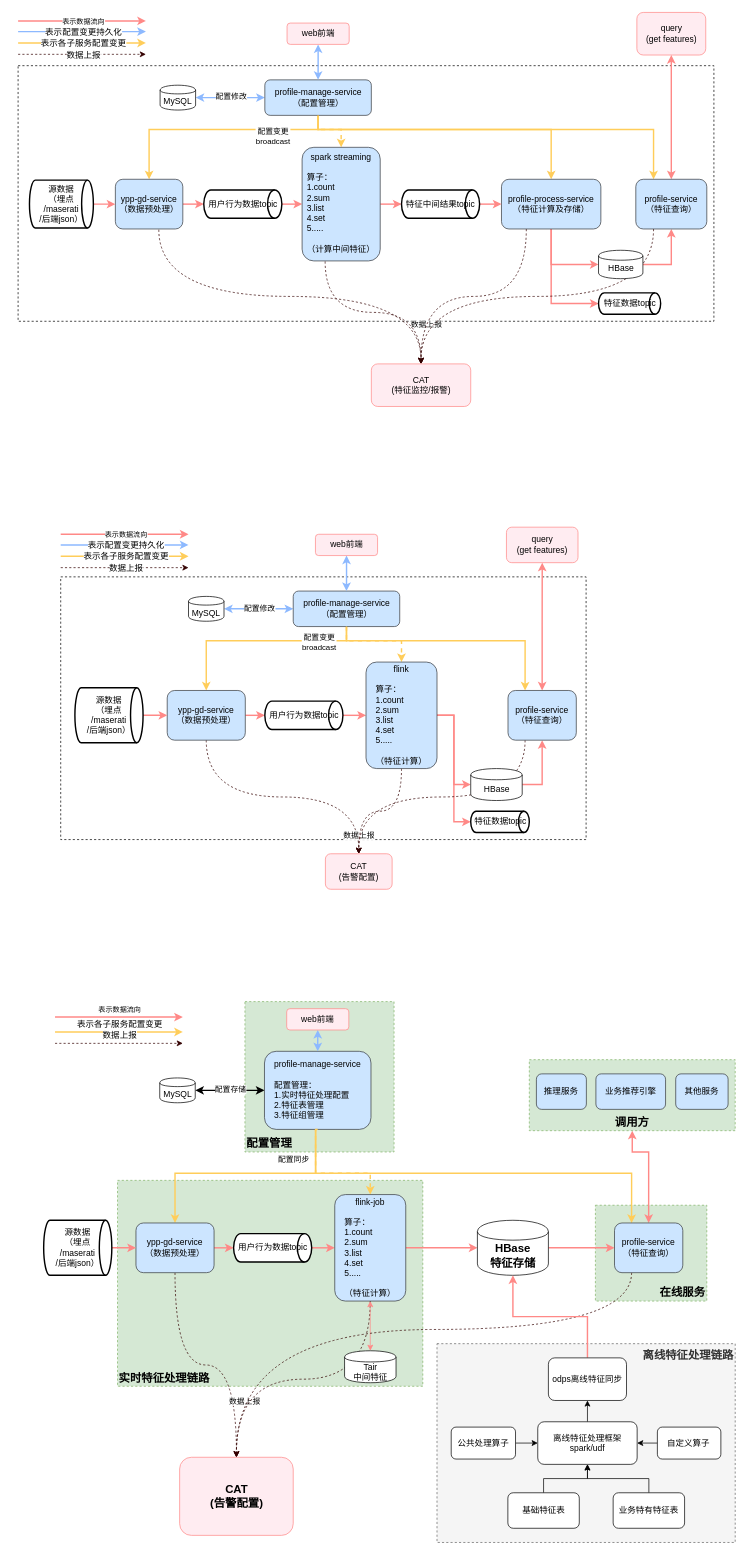
qingchao-kong/draw.io keeps this draw.io diagram as 运行架构图.drawio. Above is the earlier version. Source tidied: cells renumbered, new cells numbered last; positions are measured from the earlier drawing's top-left corner, leaving out a move shared by most shapes. Both pictures are drawn from the tidied source at 71%, with x=0, y=0 at pixel (18, 12).
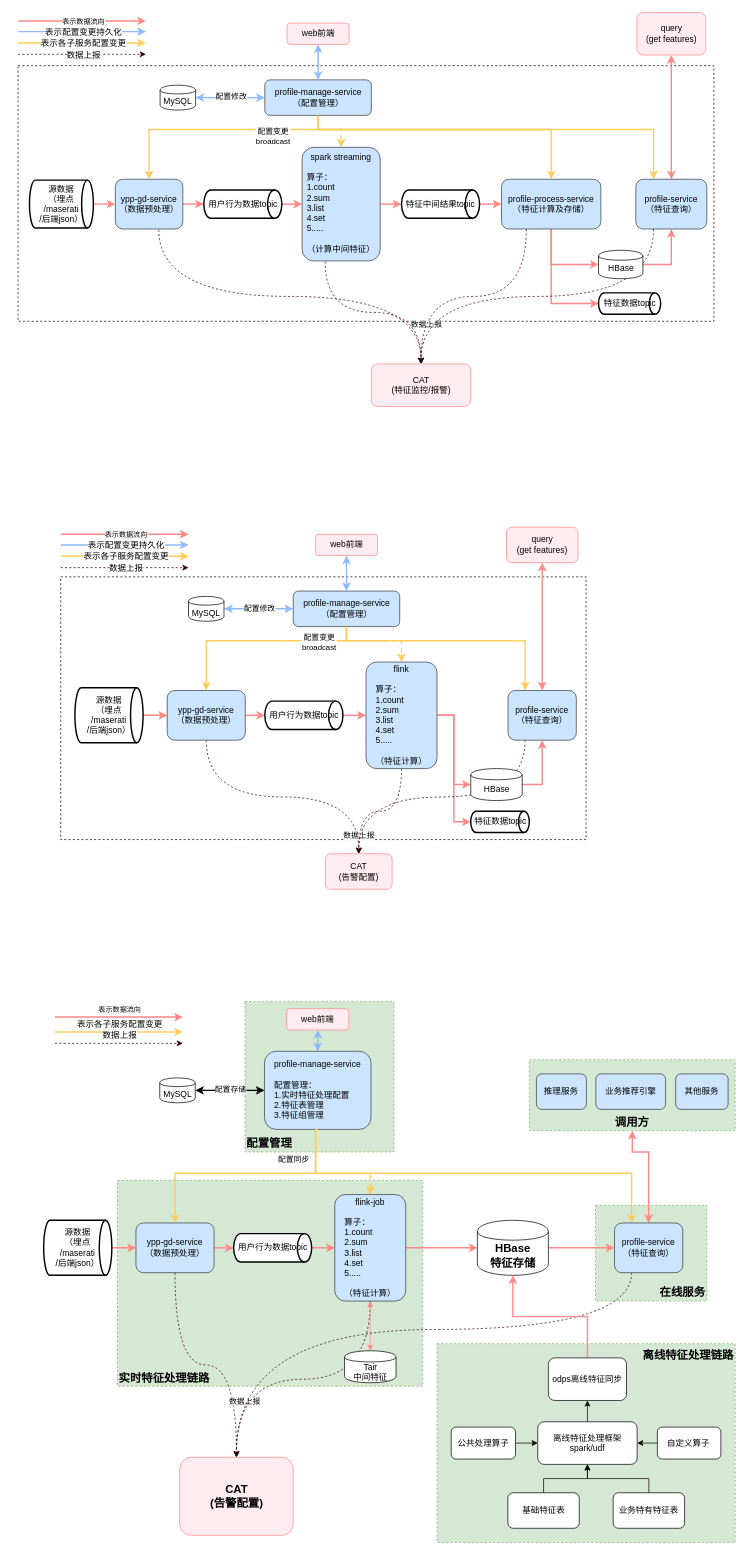
The same page after the edit.

Commit message:
Update 运行架构图.drawio

The edit, as a diff of the source:
```diff
@@
-    <mxCell id="123" value="离线特征处理链路" style="rounded=0;whiteSpace=wrap;html=1;dashed=1;shadow=0;fillColor=#f5f5f5;verticalAlign=top;strokeColor=#666666;fontColor=#333333;fontStyle=1;fontSize=16;align=right;" parent="1" vertex="1">
+    <mxCell id="123" value="离线特征处理链路" style="rounded=0;whiteSpace=wrap;html=1;dashed=1;shadow=0;fillColor=#d5e8d4;verticalAlign=top;strokeColor=#82b366;fontStyle=1;fontSize=16;align=right;" parent="1" vertex="1">
       <mxGeometry x="590" y="1875" width="420" height="280" as="geometry" />
     </mxCell>
```
